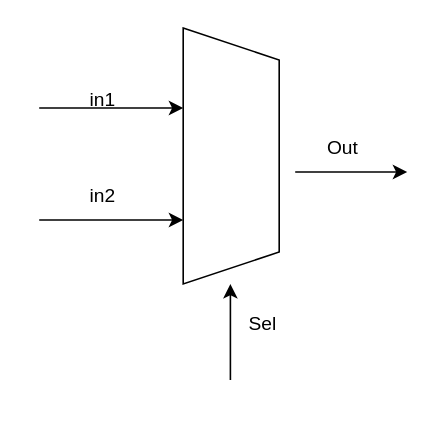
Before: E203_IFU.drawio in kanosukii/draw, a draw.io diagram. Source tidied: cells renumbered, new cells numbered last; positions are measured from the earlier drawing's top-left corner, leaving out a move shared by most shapes. Both pictures are drawn from the tidied source at 160%, with x=0, y=0 at pixel (38, 75).
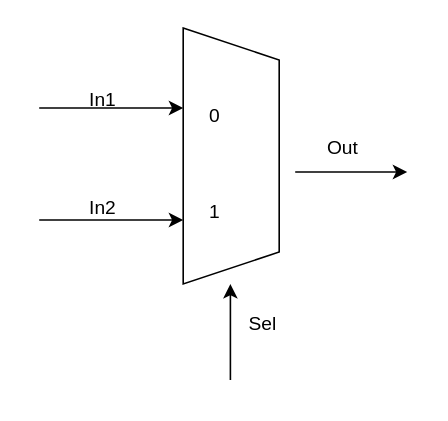
The same page after the edit.

Diff of the diagram source:
```diff
@@
 <mxGraphModel>
   <root>
     <mxCell id="0" />
     <mxCell id="1" parent="0" />
     <mxCell id="2" style="shape=trapezoid;perimeter=trapezoidPerimeter;whiteSpace=wrap;html=1;fixedSize=1;rotation=90;" parent="1" vertex="1">
       <mxGeometry x="40" y="20" width="160" height="60" as="geometry" />
     </mxCell>
     <mxCell id="3" style="endArrow=classic;html=1;rounded=0;" parent="1" edge="1">
       <mxGeometry relative="1" as="geometry">
         <mxPoint y="20" as="sourcePoint" />
         <mxPoint x="90" y="20" as="targetPoint" />
       </mxGeometry>
     </mxCell>
-    <mxCell id="4" value="in1" style="text;html=1;align=center;verticalAlign=middle;whiteSpace=wrap;rounded=0;" parent="1" vertex="1">
+    <mxCell id="4" value="I&lt;span style=&quot;background-color: initial;&quot;&gt;n1&lt;/span&gt;" style="text;html=1;align=center;verticalAlign=middle;whiteSpace=wrap;rounded=0;" parent="1" vertex="1">
       <mxGeometry x="10" width="60" height="30" as="geometry" />
     </mxCell>
-    <mxCell id="5" value="in2" style="text;html=1;align=center;verticalAlign=middle;whiteSpace=wrap;rounded=0;" parent="1" vertex="1">
+    <mxCell id="5" value="&lt;div&gt;&lt;br&gt;&lt;/div&gt;In2" style="text;html=1;align=center;verticalAlign=middle;whiteSpace=wrap;rounded=0;" parent="1" vertex="1">
       <mxGeometry x="10" y="60" width="60" height="30" as="geometry" />
     </mxCell>
     <mxCell id="6" style="endArrow=classic;html=1;rounded=0;" parent="1" edge="1">
       <mxGeometry relative="1" as="geometry">
         <mxPoint y="90" as="sourcePoint" />
         <mxPoint x="90" y="90" as="targetPoint" />
       </mxGeometry>
     </mxCell>
     <mxCell id="7" style="endArrow=classic;html=1;rounded=0;" parent="1" edge="1">
       <mxGeometry relative="1" as="geometry">
         <mxPoint x="119.5" y="190" as="sourcePoint" />
         <mxPoint x="119.5" y="130" as="targetPoint" />
       </mxGeometry>
     </mxCell>
     <mxCell id="8" value="Sel" style="text;html=1;align=center;verticalAlign=middle;whiteSpace=wrap;rounded=0;rotation=0;" parent="1" vertex="1">
       <mxGeometry x="110" y="140" width="60" height="30" as="geometry" />
     </mxCell>
     <mxCell id="9" style="endArrow=classic;html=1;rounded=0;" parent="1" edge="1">
       <mxGeometry relative="1" as="geometry">
         <mxPoint x="160" y="60" as="sourcePoint" />
         <mxPoint x="230" y="60" as="targetPoint" />
       </mxGeometry>
     </mxCell>
     <mxCell id="10" value="Out" style="text;html=1;align=center;verticalAlign=middle;whiteSpace=wrap;rounded=0;" parent="1" vertex="1">
       <mxGeometry x="160" y="30" width="60" height="30" as="geometry" />
     </mxCell>
+    <mxCell id="11" value="0" style="text;html=1;align=center;verticalAlign=middle;whiteSpace=wrap;rounded=0;" parent="1" vertex="1">
+      <mxGeometry x="80" y="10" width="60" height="30" as="geometry" />
+    </mxCell>
+    <mxCell id="12" value="1" style="text;html=1;align=center;verticalAlign=middle;whiteSpace=wrap;rounded=0;" parent="1" vertex="1">
+      <mxGeometry x="80" y="70" width="60" height="30" as="geometry" />
+    </mxCell>
   </root>
 </mxGraphModel>
```
